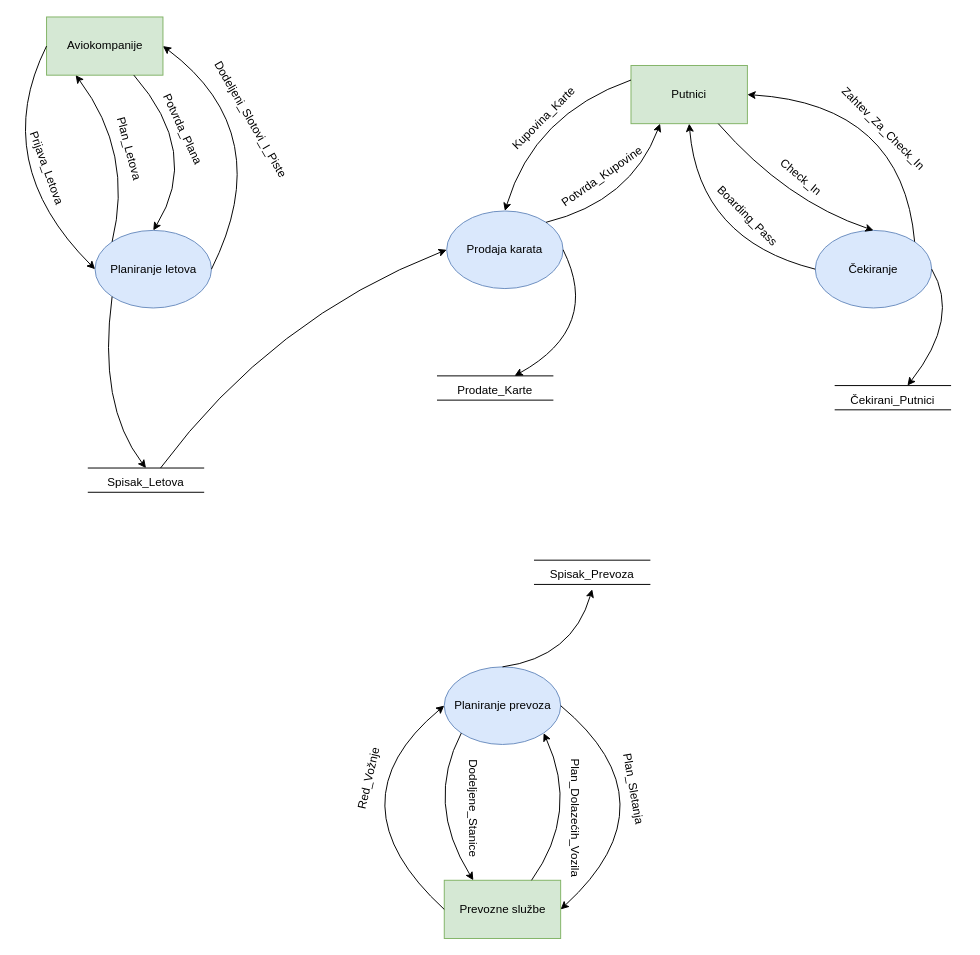
ssavic14322rn/Aerodrom_IIS keeps this draw.io diagram as page "Page-2" (2 of 7) of AerodromIIS.drawio. Above is the earlier version. Source tidied: cells renumbered, new cells numbered last; positions are measured from the earlier drawing's top-left corner, leaving out a move shared by most shapes. Both pictures are drawn from the tidied source at 97%, with x=0, y=0 at pixel (-12, 16).
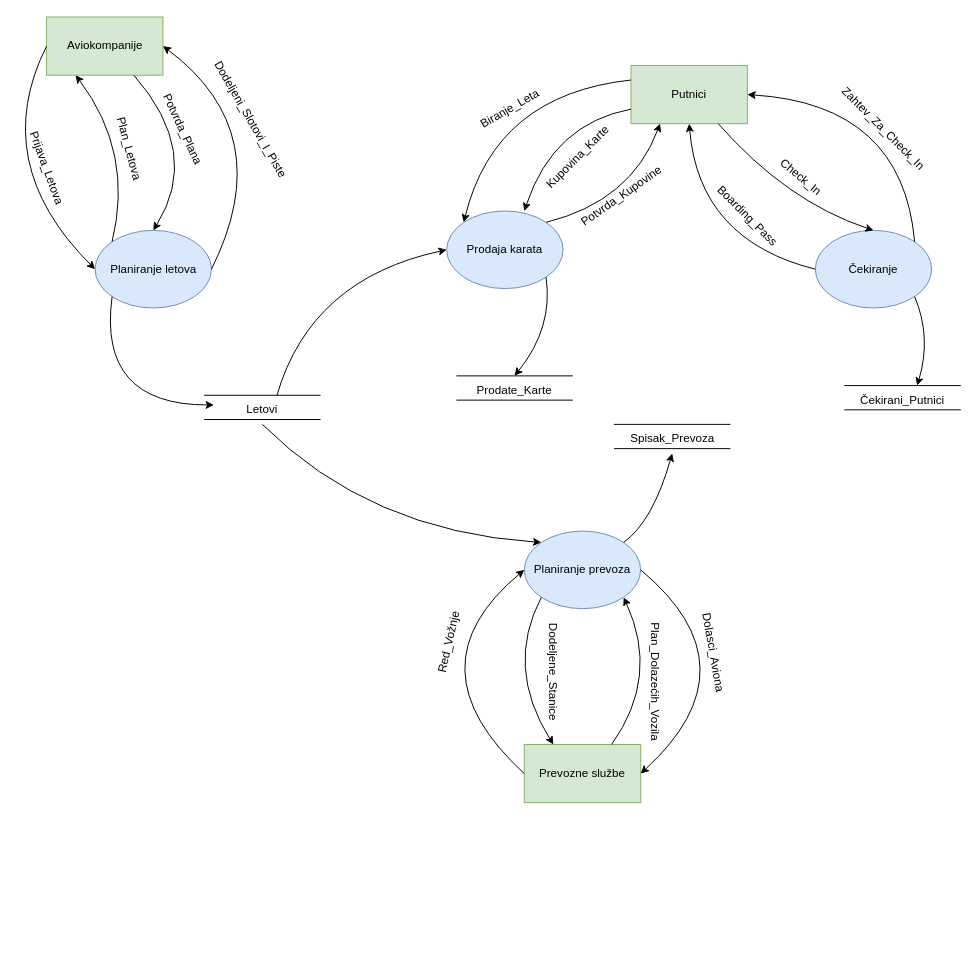
Above is the later version.

Unchanged cells that the change refers to:
```xml
<mxCell id="3" value="Planiranje letova" style="ellipse;whiteSpace=wrap;html=1;fillColor=#dae8fc;strokeColor=#6c8ebf;" parent="1" vertex="1">
  <mxGeometry x="109.5" y="220" width="120" height="80" as="geometry" />
</mxCell>
<mxCell id="4" value="Putnici" style="rounded=0;whiteSpace=wrap;html=1;fillColor=#d5e8d4;strokeColor=#82b366;" parent="1" vertex="1">
  <mxGeometry x="662" y="50" width="120" height="60" as="geometry" />
</mxCell>
<mxCell id="19" value="Prodaja karata" style="ellipse;whiteSpace=wrap;html=1;fillColor=#dae8fc;strokeColor=#6c8ebf;" parent="1" vertex="1">
  <mxGeometry x="472" y="200" width="120" height="80" as="geometry" />
</mxCell>
<mxCell id="27" value="Čekiranje" style="ellipse;whiteSpace=wrap;html=1;fillColor=#dae8fc;strokeColor=#6c8ebf;" parent="1" vertex="1">
  <mxGeometry x="852" y="220" width="120" height="80" as="geometry" />
</mxCell>
<mxCell id="37" value="Čekirani_Putnici" style="text;html=1;align=center;verticalAlign=middle;whiteSpace=wrap;rounded=0;" parent="35" vertex="1">
  <mxGeometry x="30" width="60" height="30" as="geometry" />
</mxCell>
```

The edit, as a diff of the source:
```diff
@@
     <mxCell id="13" style="group;" parent="1" vertex="1">
-      <mxGeometry x="102" y="465" width="120" height="30" as="geometry" />
+      <mxGeometry x="222" y="390" width="120" height="30" as="geometry" />
     </mxCell>
@@
-    <mxCell id="15" value="Spisak_Letova" style="text;html=1;align=center;verticalAlign=middle;whiteSpace=wrap;rounded=0;" parent="13" vertex="1">
+    <mxCell id="15" value="Letovi" style="text;html=1;align=center;verticalAlign=middle;whiteSpace=wrap;rounded=0;" parent="13" vertex="1">
       <mxGeometry x="30" width="60" height="30" as="geometry" />
     </mxCell>
@@
-    <mxCell id="17" style="curved=1;endArrow=classic;html=1;rounded=0;exitX=0;exitY=1;exitDx=0;exitDy=0;entryX=0.5;entryY=0;entryDx=0;entryDy=0;" parent="1" edge="1" source="3" target="15">
+    <mxCell id="17" style="curved=1;endArrow=classic;html=1;rounded=0;exitX=0;exitY=1;exitDx=0;exitDy=0;" parent="1" edge="1" source="3">
       <mxGeometry relative="1" as="geometry">
+        <mxPoint x="232" y="400" as="targetPoint" />
         <Array as="points">
           <mxPoint x="112" y="400" />
         </Array>
       </mxGeometry>
     </mxCell>
     <mxCell id="18" value="Prevozne službe" style="rounded=0;whiteSpace=wrap;html=1;fillColor=#d5e8d4;strokeColor=#82b366;" parent="1" vertex="1">
-      <mxGeometry x="469.5" y="890" width="120" height="60" as="geometry" />
+      <mxGeometry x="552" y="750" width="120" height="60" as="geometry" />
     </mxCell>
@@
     <mxCell id="20" value="Kupovina_Karte" style="text;html=1;align=center;verticalAlign=middle;strokeColor=none;fillColor=none;rotation=-45;" parent="1" vertex="1">
-      <mxGeometry x="517" y="90" width="110" height="30" as="geometry" />
+      <mxGeometry x="552" y="130" width="110" height="30" as="geometry" />
     </mxCell>
     <mxCell id="21" value="Potvrda_Kupovine" style="text;html=1;align=center;verticalAlign=middle;strokeColor=none;fillColor=none;rotation=-35;" parent="1" vertex="1">
-      <mxGeometry x="572" y="150" width="120" height="30" as="geometry" />
+      <mxGeometry x="592" y="170" width="120" height="30" as="geometry" />
     </mxCell>
@@
-    <mxCell id="25" style="curved=1;endArrow=classic;html=1;rounded=0;exitX=0;exitY=0.25;exitDx=0;exitDy=0;entryX=0.5;entryY=0;entryDx=0;entryDy=0;" parent="1" edge="1" source="4" target="19">
+    <mxCell id="25" style="curved=1;endArrow=classic;html=1;rounded=0;exitX=0;exitY=0.75;exitDx=0;exitDy=0;" parent="1" edge="1" source="4">
       <mxGeometry relative="1" as="geometry">
+        <mxPoint x="552" y="200" as="targetPoint" />
         <Array as="points">
-          <mxPoint x="562" y="100" />
+          <mxPoint x="582" y="110" />
         </Array>
       </mxGeometry>
     </mxCell>
@@
     <mxCell id="31" style="group;" parent="1" vertex="1">
-      <mxGeometry x="462" y="370" width="120" height="30" as="geometry" />
+      <mxGeometry x="482" y="370" width="120" height="30" as="geometry" />
     </mxCell>
@@
     <mxCell id="35" style="group;" parent="1" vertex="1">
-      <mxGeometry x="872" y="380" width="120" height="30" as="geometry" />
+      <mxGeometry x="882" y="380" width="120" height="30" as="geometry" />
     </mxCell>
@@
-    <mxCell id="39" style="curved=1;endArrow=classic;html=1;rounded=0;exitX=1;exitY=0.5;exitDx=0;exitDy=0;" parent="1" edge="1" source="19">
+    <mxCell id="39" style="curved=1;endArrow=classic;html=1;rounded=0;exitX=1;exitY=1;exitDx=0;exitDy=0;" parent="1" edge="1" source="19">
       <mxGeometry relative="1" as="geometry">
         <mxPoint x="542" y="370" as="targetPoint" />
         <Array as="points">
-          <mxPoint x="632" y="320" />
+          <mxPoint x="582" y="320" />
         </Array>
       </mxGeometry>
     </mxCell>
-    <mxCell id="40" style="curved=1;endArrow=classic;html=1;rounded=0;exitX=1;exitY=0.5;exitDx=0;exitDy=0;entryX=0.75;entryY=0;entryDx=0;entryDy=0;" parent="1" edge="1" source="27" target="37">
+    <mxCell id="40" style="curved=1;endArrow=classic;html=1;rounded=0;exitX=1;exitY=1;exitDx=0;exitDy=0;entryX=0.75;entryY=0;entryDx=0;entryDy=0;" parent="1" edge="1" source="27" target="37">
       <mxGeometry relative="1" as="geometry">
         <Array as="points">
-          <mxPoint x="1002" y="310" />
+          <mxPoint x="972" y="330" />
         </Array>
       </mxGeometry>
     </mxCell>
     <mxCell id="41" value="Planiranje prevoza" style="ellipse;whiteSpace=wrap;html=1;fillColor=#dae8fc;strokeColor=#6c8ebf;" parent="1" vertex="1">
-      <mxGeometry x="469.5" y="670" width="120" height="80" as="geometry" />
+      <mxGeometry x="552" y="530" width="120" height="80" as="geometry" />
     </mxCell>
-    <mxCell id="42" value="Plan_Sletanja" style="text;html=1;align=center;verticalAlign=middle;strokeColor=none;fillColor=none;rotation=80;" parent="1" vertex="1">
-      <mxGeometry x="614.5" y="780" width="100" height="30" as="geometry" />
+    <mxCell id="42" value="Dolasci_Aviona" style="text;html=1;align=center;verticalAlign=middle;strokeColor=none;fillColor=none;rotation=80;" parent="1" vertex="1">
+      <mxGeometry x="692" y="640" width="110" height="30" as="geometry" />
     </mxCell>
     <mxCell id="43" value="Plan_Dolazećih_Vozila" style="text;html=1;align=center;verticalAlign=middle;strokeColor=none;fillColor=none;rotation=90;" parent="1" vertex="1">
-      <mxGeometry x="529.5" y="810" width="150" height="30" as="geometry" />
+      <mxGeometry x="612" y="670" width="150" height="30" as="geometry" />
     </mxCell>
     <mxCell id="44" value="Dodeljene_Stanice" style="text;html=1;align=center;verticalAlign=middle;strokeColor=none;fillColor=none;rotation=90;" parent="1" vertex="1">
-      <mxGeometry x="439.5" y="800" width="120" height="30" as="geometry" />
+      <mxGeometry x="522" y="660" width="120" height="30" as="geometry" />
     </mxCell>
     <mxCell id="45" style="curved=1;endArrow=classic;html=1;rounded=0;exitX=0;exitY=0.5;exitDx=0;exitDy=0;entryX=0;entryY=0.5;entryDx=0;entryDy=0;" parent="1" edge="1" source="18" target="41">
       <mxGeometry relative="1" as="geometry">
         <Array as="points">
-          <mxPoint x="349.5" y="810" />
+          <mxPoint x="432" y="670" />
         </Array>
       </mxGeometry>
     </mxCell>
     <mxCell id="46" style="curved=1;endArrow=classic;html=1;rounded=0;exitX=1;exitY=0.5;exitDx=0;exitDy=0;entryX=1;entryY=0.5;entryDx=0;entryDy=0;" parent="1" edge="1" source="41" target="18">
       <mxGeometry relative="1" as="geometry">
         <Array as="points">
-          <mxPoint x="709.5" y="810" />
+          <mxPoint x="792" y="670" />
         </Array>
       </mxGeometry>
     </mxCell>
     <mxCell id="47" value="Red_Vožnje" style="text;html=1;align=center;verticalAlign=middle;whiteSpace=wrap;rounded=0;rotation=-77;" parent="1" vertex="1">
-      <mxGeometry x="362" y="770" width="60" height="30" as="geometry" />
+      <mxGeometry x="444.5" y="630" width="60" height="30" as="geometry" />
     </mxCell>
     <mxCell id="48" style="curved=1;endArrow=classic;html=1;rounded=0;exitX=0.75;exitY=0;exitDx=0;exitDy=0;entryX=1;entryY=1;entryDx=0;entryDy=0;" parent="1" edge="1" source="18" target="41">
       <mxGeometry relative="1" as="geometry">
         <Array as="points">
-          <mxPoint x="609.5" y="820" />
+          <mxPoint x="692" y="680" />
         </Array>
       </mxGeometry>
     </mxCell>
     <mxCell id="49" style="curved=1;endArrow=classic;html=1;rounded=0;exitX=0;exitY=1;exitDx=0;exitDy=0;entryX=0.25;entryY=0;entryDx=0;entryDy=0;" parent="1" edge="1" source="41" target="18">
       <mxGeometry relative="1" as="geometry">
         <Array as="points">
-          <mxPoint x="449.5" y="810" />
+          <mxPoint x="532" y="670" />
         </Array>
       </mxGeometry>
     </mxCell>
     <mxCell id="50" style="group;" parent="1" vertex="1">
-      <mxGeometry x="562" y="560" width="120" height="30" as="geometry" />
+      <mxGeometry x="644.5" y="420" width="120" height="30" as="geometry" />
     </mxCell>
@@
-    <mxCell id="54" style="curved=1;endArrow=classic;html=1;rounded=0;exitX=0.5;exitY=0;exitDx=0;exitDy=0;" parent="1" edge="1" source="41">
+    <mxCell id="54" style="curved=1;endArrow=classic;html=1;rounded=0;exitX=1;exitY=0;exitDx=0;exitDy=0;" parent="1" edge="1" source="41">
       <mxGeometry relative="1" as="geometry">
-        <mxPoint x="622" y="590" as="targetPoint" />
+        <mxPoint x="704.5" y="450" as="targetPoint" />
         <Array as="points">
-          <mxPoint x="602" y="660" />
+          <mxPoint x="684.5" y="520" />
         </Array>
       </mxGeometry>
     </mxCell>
     <mxCell id="55" style="curved=1;endArrow=classic;html=1;rounded=0;exitX=0.75;exitY=0;exitDx=0;exitDy=0;entryX=0;entryY=0.5;entryDx=0;entryDy=0;" parent="1" edge="1" source="15" target="19">
       <mxGeometry relative="1" as="geometry">
         <Array as="points">
-          <mxPoint x="292" y="310" />
+          <mxPoint x="332" y="270" />
         </Array>
       </mxGeometry>
     </mxCell>
+    <mxCell id="56" value="Biranje_Leta" style="text;html=1;align=center;verticalAlign=middle;strokeColor=none;fillColor=none;rotation=-30;" parent="1" vertex="1">
+      <mxGeometry x="492" y="80" width="90" height="30" as="geometry" />
+    </mxCell>
+    <mxCell id="57" style="curved=1;endArrow=classic;html=1;rounded=0;exitX=0;exitY=0.25;exitDx=0;exitDy=0;entryX=0;entryY=0;entryDx=0;entryDy=0;" parent="1" edge="1" source="4" target="19">
+      <mxGeometry relative="1" as="geometry">
+        <Array as="points">
+          <mxPoint x="522" y="80" />
+        </Array>
+      </mxGeometry>
+    </mxCell>
+    <mxCell id="58" style="curved=1;endArrow=classic;html=1;rounded=0;exitX=0.5;exitY=1;exitDx=0;exitDy=0;entryX=0;entryY=0;entryDx=0;entryDy=0;" parent="1" edge="1" source="15" target="41">
+      <mxGeometry relative="1" as="geometry">
+        <Array as="points">
+          <mxPoint x="392" y="530" />
+        </Array>
+      </mxGeometry>
+    </mxCell>
```
